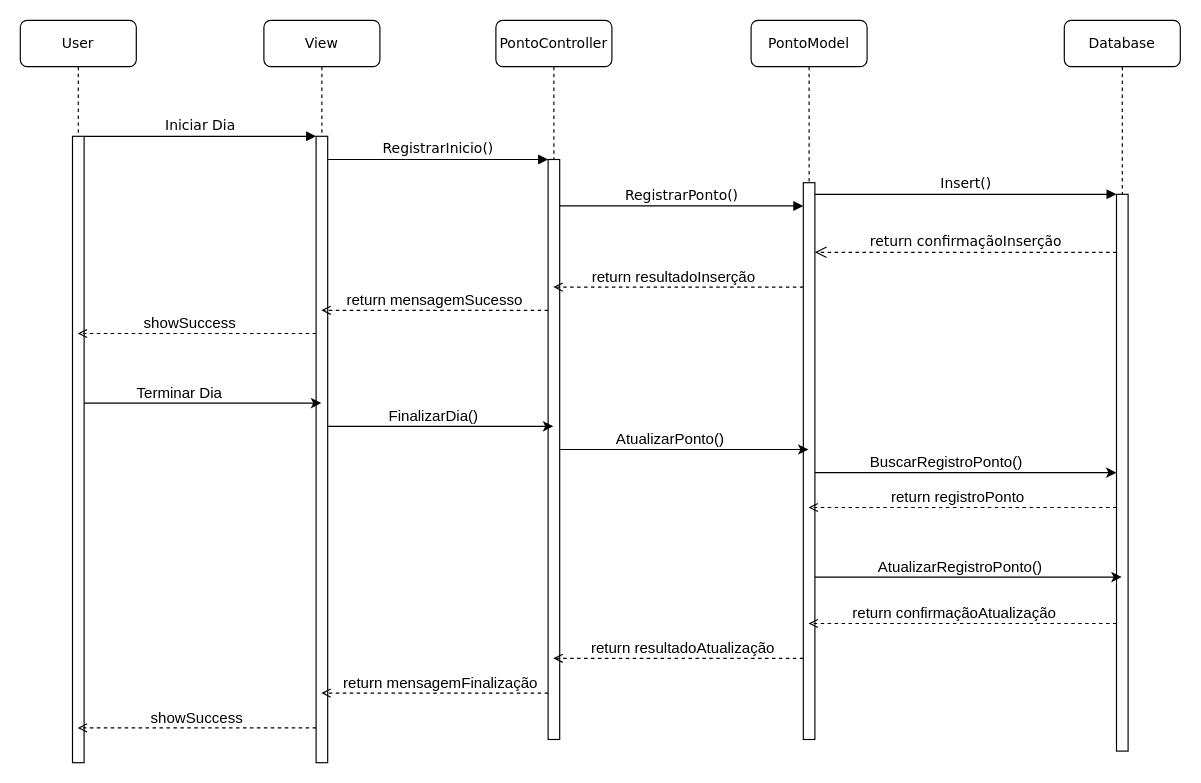
This is docs/DiagramaSequenciaControleDePonto.drawio from GabrielWhite96/TaskLy_LPS, a draw.io file, before an edit. Source tidied: cells renumbered, new cells numbered last; positions are measured from the earlier drawing's top-left corner, leaving out a move shared by most shapes. Both pictures are drawn from the tidied source at 116%, with x=0, y=0 at pixel (20, 20).
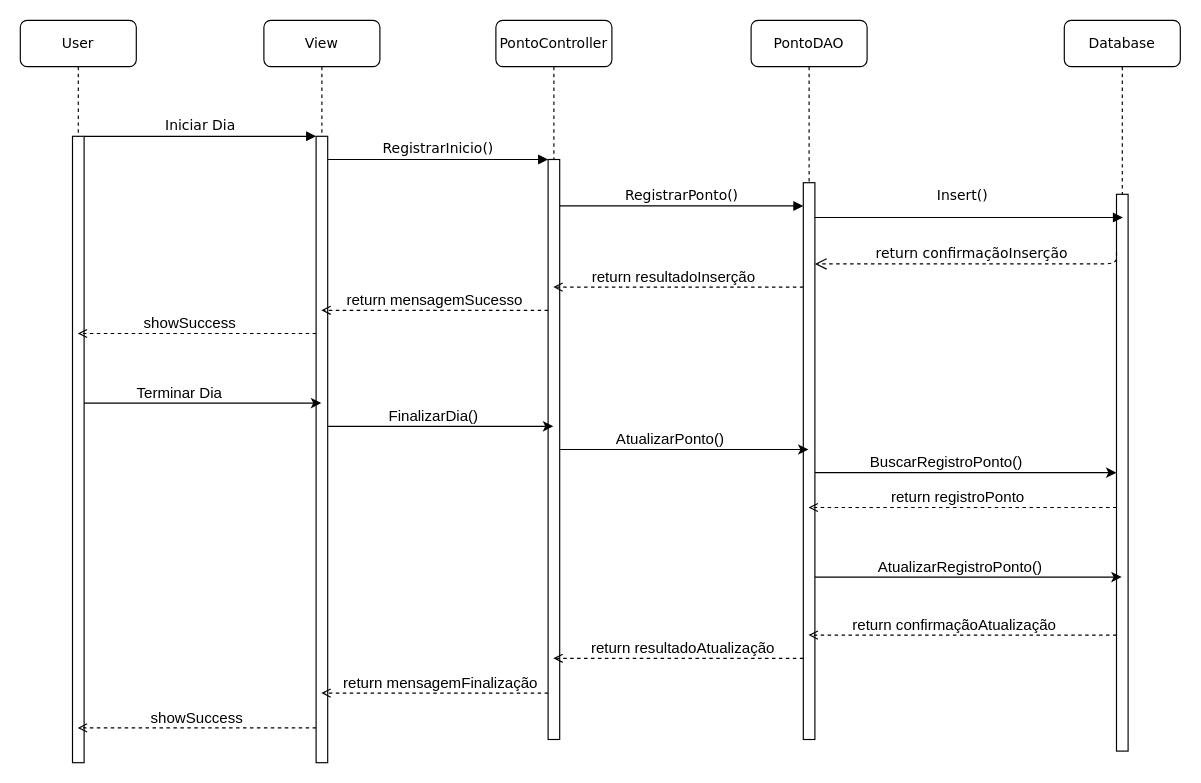
The same page after the edit.

The change refers to these unchanged cells:
```xml
<mxCell id="7" value="Database " style="shape=umlLifeline;perimeter=lifelinePerimeter;whiteSpace=wrap;html=1;outlineConnect=0;rounded=1;shadow=0;comic=0;labelBackgroundColor=none;strokeWidth=1;fontFamily=Verdana;fontSize=12;align=center;" parent="1" vertex="1">
  <mxGeometry x="900" width="100" height="630" as="geometry" />
</mxCell>
<mxCell id="8" style="html=1;points=[];perimeter=orthogonalPerimeter;rounded=0;shadow=0;comic=0;labelBackgroundColor=none;strokeWidth=1;fontFamily=Verdana;fontSize=12;align=center;" parent="7" vertex="1">
  <mxGeometry x="45" y="150" width="10" height="480" as="geometry" />
</mxCell>
<mxCell id="20" style="html=1;points=[];perimeter=orthogonalPerimeter;rounded=0;shadow=0;comic=0;labelBackgroundColor=none;strokeWidth=1;fontFamily=Verdana;fontSize=12;align=center;" parent="1" vertex="1">
  <mxGeometry x="675" y="140" width="10" height="480" as="geometry" />
</mxCell>
```

Diff of the diagram source:
```diff
@@
-    <mxCell id="6" value="PontoModel " style="shape=umlLifeline;perimeter=lifelinePerimeter;whiteSpace=wrap;html=1;outlineConnect=0;rounded=1;shadow=0;comic=0;labelBackgroundColor=none;strokeWidth=1;fontFamily=Verdana;fontSize=12;align=center;" parent="1" vertex="1">
+    <mxCell id="6" value="PontoDAO" style="shape=umlLifeline;perimeter=lifelinePerimeter;whiteSpace=wrap;html=1;outlineConnect=0;rounded=1;shadow=0;comic=0;labelBackgroundColor=none;strokeWidth=1;fontFamily=Verdana;fontSize=12;align=center;" parent="1" vertex="1">
       <mxGeometry x="630" width="100" height="580" as="geometry" />
     </mxCell>
@@
     <mxCell id="9" value="return confirmaçãoInserção" style="html=1;verticalAlign=bottom;endArrow=open;dashed=1;endSize=8;labelBackgroundColor=none;fontFamily=Verdana;fontSize=12;edgeStyle=elbowEdgeStyle;elbow=vertical;" parent="7" edge="1" target="20">
       <mxGeometry relative="1" as="geometry">
         <mxPoint x="45" y="200" as="sourcePoint" />
         <Array as="points">
-          <mxPoint x="-90" y="200" />
+          <mxPoint x="-90" y="210" />
           <mxPoint x="-130" y="200" />
         </Array>
       </mxGeometry>
     </mxCell>
@@
-    <mxCell id="24" value="Insert()" style="html=1;verticalAlign=bottom;endArrow=block;entryX=0;entryY=0;labelBackgroundColor=none;fontFamily=Verdana;fontSize=12;edgeStyle=elbowEdgeStyle;elbow=vertical;" parent="1" edge="1" source="20" target="8">
-      <mxGeometry relative="1" as="geometry" />
+    <mxCell id="24" value="Insert()" style="html=1;verticalAlign=bottom;endArrow=block;entryX=0;entryY=0;labelBackgroundColor=none;fontFamily=Verdana;fontSize=12;edgeStyle=elbowEdgeStyle;elbow=vertical;" parent="1" edge="1">
+      <mxGeometry x="-0.04" y="10" relative="1" as="geometry">
+        <mxPoint x="685" y="170" as="sourcePoint" />
+        <mxPoint x="950.5" y="170" as="targetPoint" />
+      </mxGeometry>
     </mxCell>
@@
     <mxCell id="41" style="edgeStyle=orthogonalEdgeStyle;rounded=0;jettySize=auto;html=1;dashed=1;endArrow=open;endFill=0;" parent="1" edge="1" source="8" target="6">
       <mxGeometry relative="1" as="geometry">
         <Array as="points">
-          <mxPoint x="810" y="520" />
-          <mxPoint x="810" y="520" />
+          <mxPoint x="800" y="530" />
+          <mxPoint x="800" y="530" />
         </Array>
       </mxGeometry>
     </mxCell>
```
